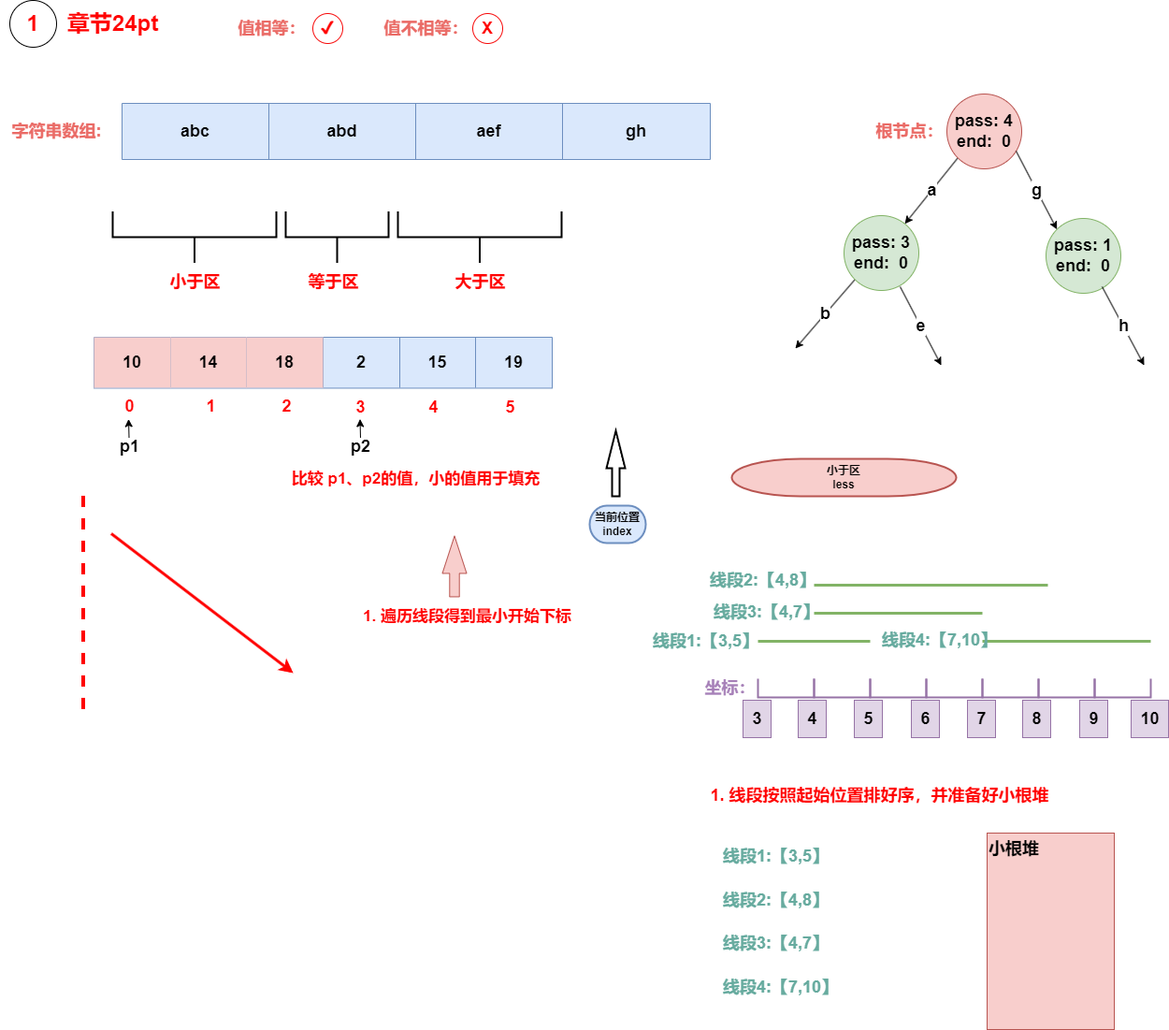
muxicode/c153080686 keeps this draw.io diagram as algrithem/style_composite.drawio.png. Above is the earlier version. Source tidied: cells renumbered, new cells last; positions are measured from the earlier drawing's top-left corner, leaving out a move shared by most shapes.
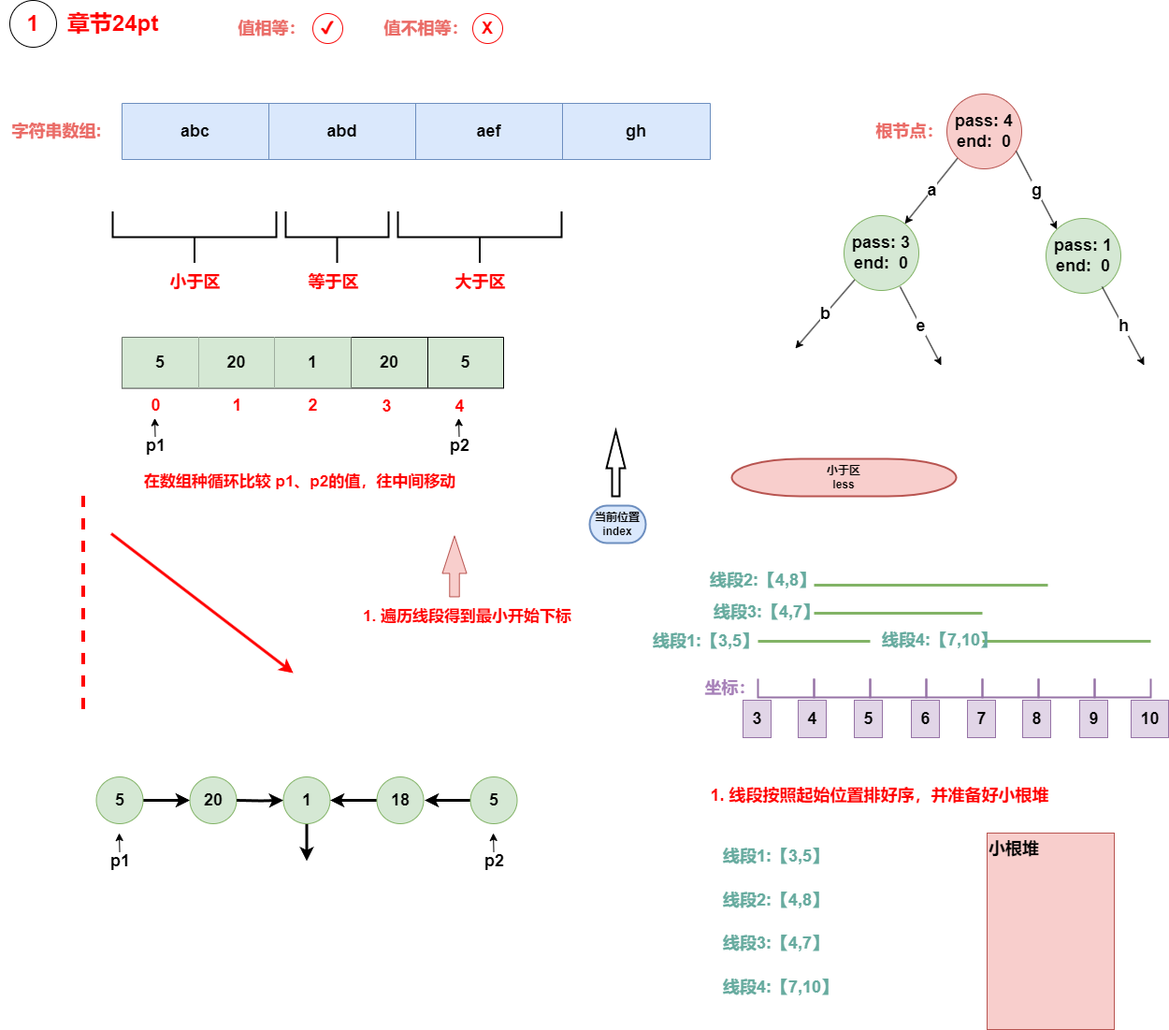
After the commit.

The edit, as a diff of the source:
```diff
@@ -87,69 +87,6 @@
     <mxCell id="26" value="小于区&lt;br&gt;less" style="strokeWidth=2;html=1;shape=mxgraph.flowchart.terminator;whiteSpace=wrap;fillColor=#f8cecc;strokeColor=#b85450;fontStyle=1;" parent="1" vertex="1">
       <mxGeometry x="782" y="490" width="240" height="40" as="geometry" />
     </mxCell>
-    <mxCell id="27" style="shape=table;startSize=0;fillColor=#dae8fc;strokeColor=#6c8ebf;fontStyle=1;fontSize=18;" parent="1" vertex="1">
-      <mxGeometry x="100" y="360" width="490" height="54.4" as="geometry" />
-    </mxCell>
-    <mxCell id="28" style="shape=tableRow;horizontal=0;startSize=0;swimlaneHead=0;swimlaneBody=0;strokeColor=inherit;top=0;left=0;bottom=0;right=0;fillColor=none;fontStyle=1;fontSize=18;" parent="27" vertex="1">
-      <mxGeometry width="490" height="54" as="geometry" />
-    </mxCell>
-    <mxCell id="29" value="10" style="shape=partialRectangle;html=1;whiteSpace=wrap;strokeColor=#b85450;overflow=hidden;fillColor=#f8cecc;top=0;left=0;bottom=0;right=0;fontStyle=1;fontSize=18;" parent="28" vertex="1">
-      <mxGeometry width="82" height="54" as="geometry" />
-    </mxCell>
-    <mxCell id="30" value="14" style="shape=partialRectangle;html=1;whiteSpace=wrap;strokeColor=#b85450;overflow=hidden;fillColor=#f8cecc;top=0;left=0;bottom=0;right=0;fontStyle=1;fontSize=18;" parent="28" vertex="1">
-      <mxGeometry x="82" width="81" height="54" as="geometry" />
-    </mxCell>
-    <mxCell id="31" value="18" style="shape=partialRectangle;html=1;whiteSpace=wrap;strokeColor=#b85450;overflow=hidden;fillColor=#f8cecc;top=0;left=0;bottom=0;right=0;fontStyle=1;fontSize=18;" parent="28" vertex="1">
-      <mxGeometry x="163" width="82" height="54" as="geometry" />
-    </mxCell>
-    <mxCell id="32" value="2" style="shape=partialRectangle;html=1;whiteSpace=wrap;strokeColor=inherit;overflow=hidden;fillColor=none;top=0;left=0;bottom=0;right=0;fontStyle=1;fontSize=18;" parent="28" vertex="1">
-      <mxGeometry x="245" width="82" height="54" as="geometry" />
-    </mxCell>
-    <mxCell id="33" value="15" style="shape=partialRectangle;html=1;whiteSpace=wrap;strokeColor=inherit;overflow=hidden;fillColor=none;top=0;left=0;bottom=0;right=0;fontStyle=1;fontSize=18;" parent="28" vertex="1">
-      <mxGeometry x="327" width="81" height="54" as="geometry" />
-    </mxCell>
-    <mxCell id="34" value="19" style="shape=partialRectangle;html=1;whiteSpace=wrap;strokeColor=inherit;overflow=hidden;fillColor=none;top=0;left=0;bottom=0;right=0;fontStyle=1;fontSize=18;" parent="28" vertex="1">
-      <mxGeometry x="408" width="82" height="54" as="geometry" />
-    </mxCell>
-    <mxCell id="35" value="&lt;font style=&quot;font-size: 18px;&quot;&gt;0&lt;/font&gt;" style="text;html=1;align=center;verticalAlign=middle;strokeColor=none;fillColor=none;fontColor=#FF0000;fontStyle=1;fontSize=18;" parent="1" vertex="1">
-      <mxGeometry x="122.5" y="414.4" width="30" height="40" as="geometry" />
-    </mxCell>
-    <mxCell id="36" value="&lt;font style=&quot;font-size: 18px;&quot;&gt;1&lt;/font&gt;" style="text;html=1;align=center;verticalAlign=middle;strokeColor=none;fillColor=none;fontColor=#FF0000;fontStyle=1;fontSize=18;" parent="1" vertex="1">
-      <mxGeometry x="210" y="414.4" width="30" height="40" as="geometry" />
-    </mxCell>
-    <mxCell id="37" value="&lt;font style=&quot;font-size: 18px;&quot;&gt;2&lt;/font&gt;" style="text;html=1;align=center;verticalAlign=middle;strokeColor=none;fillColor=none;fontColor=#FF0000;fontStyle=1;fontSize=18;" parent="1" vertex="1">
-      <mxGeometry x="291" y="414.4" width="30" height="40" as="geometry" />
-    </mxCell>
-    <mxCell id="38" value="&lt;font style=&quot;font-size: 18px;&quot;&gt;3&lt;/font&gt;" style="text;html=1;align=center;verticalAlign=middle;strokeColor=none;fillColor=none;fontColor=#FF0000;fontStyle=1;fontSize=18;" parent="1" vertex="1">
-      <mxGeometry x="369.5" y="415.4" width="30" height="40" as="geometry" />
-    </mxCell>
-    <mxCell id="39" value="&lt;font style=&quot;font-size: 18px;&quot;&gt;4&lt;/font&gt;" style="text;html=1;align=center;verticalAlign=middle;strokeColor=none;fillColor=none;fontColor=#FF0000;fontStyle=1;fontSize=18;" parent="1" vertex="1">
-      <mxGeometry x="447.5" y="415.4" width="30" height="40" as="geometry" />
-    </mxCell>
-    <mxCell id="40" value="&lt;font style=&quot;font-size: 18px;&quot;&gt;5&lt;/font&gt;" style="text;html=1;align=center;verticalAlign=middle;strokeColor=none;fillColor=none;fontColor=#FF0000;fontStyle=1;fontSize=18;" parent="1" vertex="1">
-      <mxGeometry x="530" y="415.4" width="30" height="40" as="geometry" />
-    </mxCell>
-    <mxCell id="41" value="&lt;font style=&quot;font-size: 18px;&quot;&gt;p1&lt;/font&gt;" style="text;html=1;align=center;verticalAlign=middle;strokeColor=none;fillColor=none;fontStyle=1;fontSize=18;" parent="1" vertex="1">
-      <mxGeometry x="117.5" y="457.4" width="40" height="40" as="geometry" />
-    </mxCell>
-    <mxCell id="42" style="endArrow=classic;html=1;rounded=0;fontStyle=1;fontSize=18;" parent="1" edge="1">
-      <mxGeometry relative="1" as="geometry">
-        <mxPoint x="137.5" y="467.4" as="sourcePoint" />
-        <mxPoint x="137" y="447.4" as="targetPoint" />
-      </mxGeometry>
-    </mxCell>
-    <mxCell id="43" value="&lt;font style=&quot;font-size: 18px;&quot;&gt;p2&lt;/font&gt;" style="text;html=1;align=center;verticalAlign=middle;strokeColor=none;fillColor=none;fontStyle=1;fontSize=18;" parent="1" vertex="1">
-      <mxGeometry x="365" y="457.4" width="40" height="40" as="geometry" />
-    </mxCell>
-    <mxCell id="44" style="endArrow=classic;html=1;rounded=0;fontStyle=1;fontSize=18;" parent="1" edge="1">
-      <mxGeometry relative="1" as="geometry">
-        <mxPoint x="385" y="467.4" as="sourcePoint" />
-        <mxPoint x="384.5" y="447.4" as="targetPoint" />
-      </mxGeometry>
-    </mxCell>
-    <mxCell id="45" value="&lt;font color=&quot;#ff0000&quot; style=&quot;font-size: 17px;&quot;&gt;比较 p1、p2的值，小的值用于填充&lt;/font&gt;" style="text;html=1;align=center;verticalAlign=middle;strokeColor=none;fillColor=none;fontStyle=1;fontSize=17;" parent="1" vertex="1">
-      <mxGeometry x="298.5" y="497.4" width="290" height="30" as="geometry" />
-    </mxCell>
     <mxCell id="46" style="strokeWidth=2;html=1;shape=mxgraph.flowchart.annotation_1;align=left;direction=north;fillColor=#e1d5e7;strokeColor=#9673a6;fontStyle=1;fontSize=18;" parent="1" vertex="1">
       <mxGeometry x="810" y="725" width="60" height="20" as="geometry" />
     </mxCell>
@@ -288,5 +225,116 @@
     <mxCell id="85" value="&lt;font color=&quot;#ea6b66&quot; style=&quot;font-size: 18px;&quot;&gt;&lt;b style=&quot;font-size: 18px;&quot;&gt;值不相等：&lt;/b&gt;&lt;/font&gt;" style="text;html=1;align=center;verticalAlign=middle;strokeColor=none;fillColor=none;fontSize=18;" parent="1" vertex="1">
       <mxGeometry x="400" y="10" width="110" height="40" as="geometry" />
     </mxCell>
+    <mxCell id="86" style="shape=table;startSize=0;fillColor=#d5e8d4;strokeColor=#000000;fontStyle=1;fontSize=18;" parent="1" vertex="1">
+      <mxGeometry x="130" y="360" width="408" height="54.4" as="geometry" />
+    </mxCell>
+    <mxCell id="87" style="shape=tableRow;horizontal=0;startSize=0;swimlaneHead=0;swimlaneBody=0;strokeColor=inherit;top=0;left=0;bottom=0;right=0;fillColor=none;fontStyle=1;fontSize=18;" parent="86" vertex="1">
+      <mxGeometry width="408" height="54" as="geometry" />
+    </mxCell>
+    <mxCell id="88" value="5" style="shape=partialRectangle;html=1;whiteSpace=wrap;strokeColor=#82b366;overflow=hidden;fillColor=#d5e8d4;top=0;left=0;bottom=0;right=0;fontStyle=1;fontSize=18;" parent="87" vertex="1">
+      <mxGeometry width="82" height="54" as="geometry" />
+    </mxCell>
+    <mxCell id="89" value="20" style="shape=partialRectangle;html=1;whiteSpace=wrap;strokeColor=#82b366;overflow=hidden;fillColor=#d5e8d4;top=0;left=0;bottom=0;right=0;fontStyle=1;fontSize=18;" parent="87" vertex="1">
+      <mxGeometry x="82" width="81" height="54" as="geometry" />
+    </mxCell>
+    <mxCell id="90" value="1" style="shape=partialRectangle;html=1;whiteSpace=wrap;strokeColor=#82b366;overflow=hidden;fillColor=#d5e8d4;top=0;left=0;bottom=0;right=0;fontStyle=1;fontSize=18;" parent="87" vertex="1">
+      <mxGeometry x="163" width="82" height="54" as="geometry" />
+    </mxCell>
+    <mxCell id="91" value="20" style="shape=partialRectangle;html=1;whiteSpace=wrap;strokeColor=inherit;overflow=hidden;fillColor=none;top=0;left=0;bottom=0;right=0;fontStyle=1;fontSize=18;" parent="87" vertex="1">
+      <mxGeometry x="245" width="82" height="54" as="geometry" />
+    </mxCell>
+    <mxCell id="92" value="5" style="shape=partialRectangle;html=1;whiteSpace=wrap;strokeColor=inherit;overflow=hidden;fillColor=none;top=0;left=0;bottom=0;right=0;fontStyle=1;fontSize=18;" parent="87" vertex="1">
+      <mxGeometry x="327" width="81" height="54" as="geometry" />
+    </mxCell>
+    <mxCell id="35" value="&lt;font style=&quot;font-size: 18px;&quot;&gt;0&lt;/font&gt;" style="text;html=1;align=center;verticalAlign=middle;strokeColor=none;fillColor=none;fontColor=#FF0000;fontStyle=1;fontSize=18;" parent="1" vertex="1">
+      <mxGeometry x="150.5" y="413.4" width="30" height="40" as="geometry" />
+    </mxCell>
+    <mxCell id="36" value="&lt;font style=&quot;font-size: 18px;&quot;&gt;1&lt;/font&gt;" style="text;html=1;align=center;verticalAlign=middle;strokeColor=none;fillColor=none;fontColor=#FF0000;fontStyle=1;fontSize=18;" parent="1" vertex="1">
+      <mxGeometry x="238" y="413.4" width="30" height="40" as="geometry" />
+    </mxCell>
+    <mxCell id="37" value="&lt;font style=&quot;font-size: 18px;&quot;&gt;2&lt;/font&gt;" style="text;html=1;align=center;verticalAlign=middle;strokeColor=none;fillColor=none;fontColor=#FF0000;fontStyle=1;fontSize=18;" parent="1" vertex="1">
+      <mxGeometry x="319" y="413.4" width="30" height="40" as="geometry" />
+    </mxCell>
+    <mxCell id="38" value="&lt;font style=&quot;font-size: 18px;&quot;&gt;3&lt;/font&gt;" style="text;html=1;align=center;verticalAlign=middle;strokeColor=none;fillColor=none;fontColor=#FF0000;fontStyle=1;fontSize=18;" parent="1" vertex="1">
+      <mxGeometry x="397.5" y="414.4" width="30" height="40" as="geometry" />
+    </mxCell>
+    <mxCell id="39" value="&lt;font style=&quot;font-size: 18px;&quot;&gt;4&lt;/font&gt;" style="text;html=1;align=center;verticalAlign=middle;strokeColor=none;fillColor=none;fontColor=#FF0000;fontStyle=1;fontSize=18;" parent="1" vertex="1">
+      <mxGeometry x="475.5" y="414.4" width="30" height="40" as="geometry" />
+    </mxCell>
+    <mxCell id="93" value="&lt;font style=&quot;font-size: 18px;&quot;&gt;p1&lt;/font&gt;" style="text;html=1;align=center;verticalAlign=middle;strokeColor=none;fillColor=none;fontStyle=1;fontSize=18;" parent="1" vertex="1">
+      <mxGeometry x="145.5" y="456.4" width="40" height="40" as="geometry" />
+    </mxCell>
+    <mxCell id="94" style="endArrow=classic;html=1;rounded=0;fontStyle=1;fontSize=18;" parent="1" edge="1">
+      <mxGeometry relative="1" as="geometry">
+        <mxPoint x="165.5" y="466.4" as="sourcePoint" />
+        <mxPoint x="165" y="446.4" as="targetPoint" />
+      </mxGeometry>
+    </mxCell>
+    <mxCell id="95" value="&lt;font style=&quot;font-size: 18px;&quot;&gt;p2&lt;/font&gt;" style="text;html=1;align=center;verticalAlign=middle;strokeColor=none;fillColor=none;fontStyle=1;fontSize=18;" parent="1" vertex="1">
+      <mxGeometry x="470.5" y="456.4" width="40" height="40" as="geometry" />
+    </mxCell>
+    <mxCell id="96" style="endArrow=classic;html=1;rounded=0;fontStyle=1;fontSize=18;" parent="1" edge="1">
+      <mxGeometry relative="1" as="geometry">
+        <mxPoint x="490.5" y="466.4" as="sourcePoint" />
+        <mxPoint x="490" y="446.4" as="targetPoint" />
+      </mxGeometry>
+    </mxCell>
+    <mxCell id="97" value="&lt;font color=&quot;#ff0000&quot; style=&quot;font-size: 17px;&quot;&gt;在数组种循环比较 p1、p2的值，往中间移动&lt;/font&gt;" style="text;html=1;align=center;verticalAlign=middle;strokeColor=none;fillColor=none;fontStyle=1;fontSize=17;" parent="1" vertex="1">
+      <mxGeometry x="140" y="500" width="360" height="30" as="geometry" />
+    </mxCell>
+    <mxCell id="98" style="edgeStyle=orthogonalEdgeStyle;rounded=0;jettySize=auto;html=1;exitX=1;exitY=0.5;exitDx=0;exitDy=0;entryX=0;entryY=0.5;entryDx=0;entryDy=0;strokeWidth=3;" parent="1" edge="1" source="99" target="100">
+      <mxGeometry relative="1" as="geometry" />
+    </mxCell>
+    <mxCell id="99" value="&lt;font size=&quot;1&quot; style=&quot;&quot;&gt;&lt;b style=&quot;font-size: 18px;&quot;&gt;5&lt;/b&gt;&lt;/font&gt;" style="ellipse;whiteSpace=wrap;html=1;fillColor=#d5e8d4;strokeColor=#82b366;fontSize=16;" parent="1" vertex="1">
+      <mxGeometry x="102.5" y="830" width="50" height="50" as="geometry" />
+    </mxCell>
+    <mxCell id="100" value="&lt;font size=&quot;1&quot; style=&quot;&quot;&gt;&lt;b style=&quot;font-size: 18px;&quot;&gt;20&lt;/b&gt;&lt;/font&gt;" style="ellipse;whiteSpace=wrap;html=1;fillColor=#d5e8d4;strokeColor=#82b366;fontSize=16;" parent="1" vertex="1">
+      <mxGeometry x="202.5" y="830" width="50" height="50" as="geometry" />
+    </mxCell>
+    <mxCell id="101" style="edgeStyle=orthogonalEdgeStyle;rounded=0;jettySize=auto;html=1;exitX=1;exitY=0.5;exitDx=0;exitDy=0;entryX=0;entryY=0.5;entryDx=0;entryDy=0;strokeWidth=3;" parent="1" edge="1" target="103">
+      <mxGeometry relative="1" as="geometry">
+        <mxPoint x="252.5" y="855" as="sourcePoint" />
+      </mxGeometry>
+    </mxCell>
+    <mxCell id="102" style="edgeStyle=orthogonalEdgeStyle;rounded=0;jettySize=auto;html=1;exitX=0.5;exitY=1;exitDx=0;exitDy=0;strokeWidth=3;" parent="1" edge="1" source="103">
+      <mxGeometry relative="1" as="geometry">
+        <mxPoint x="327.5" y="920" as="targetPoint" />
+      </mxGeometry>
+    </mxCell>
+    <mxCell id="103" value="&lt;font size=&quot;1&quot; style=&quot;&quot;&gt;&lt;b style=&quot;font-size: 18px;&quot;&gt;1&lt;/b&gt;&lt;/font&gt;" style="ellipse;whiteSpace=wrap;html=1;fillColor=#d5e8d4;strokeColor=#82b366;fontSize=16;" parent="1" vertex="1">
+      <mxGeometry x="302.5" y="830" width="50" height="50" as="geometry" />
+    </mxCell>
+    <mxCell id="104" style="edgeStyle=orthogonalEdgeStyle;rounded=0;jettySize=auto;html=1;exitX=0;exitY=0.5;exitDx=0;exitDy=0;strokeWidth=3;" parent="1" edge="1" source="31" target="103">
+      <mxGeometry relative="1" as="geometry" />
+    </mxCell>
+    <mxCell id="31" value="&lt;font size=&quot;1&quot; style=&quot;&quot;&gt;&lt;b style=&quot;font-size: 18px;&quot;&gt;18&lt;/b&gt;&lt;/font&gt;" style="ellipse;whiteSpace=wrap;html=1;fillColor=#d5e8d4;strokeColor=#82b366;fontSize=16;" parent="1" vertex="1">
+      <mxGeometry x="402.5" y="830" width="50" height="50" as="geometry" />
+    </mxCell>
+    <mxCell id="105" style="edgeStyle=orthogonalEdgeStyle;rounded=0;jettySize=auto;html=1;exitX=0;exitY=0.5;exitDx=0;exitDy=0;strokeWidth=3;" parent="1" edge="1" source="106">
+      <mxGeometry relative="1" as="geometry">
+        <mxPoint x="453.5" y="855" as="targetPoint" />
+      </mxGeometry>
+    </mxCell>
+    <mxCell id="106" value="&lt;font size=&quot;1&quot; style=&quot;&quot;&gt;&lt;b style=&quot;font-size: 18px;&quot;&gt;5&lt;/b&gt;&lt;/font&gt;" style="ellipse;whiteSpace=wrap;html=1;fillColor=#d5e8d4;strokeColor=#82b366;fontSize=16;" parent="1" vertex="1">
+      <mxGeometry x="502.5" y="830" width="50" height="50" as="geometry" />
+    </mxCell>
+    <mxCell id="107" value="&lt;font style=&quot;font-size: 18px;&quot;&gt;p1&lt;/font&gt;" style="text;html=1;align=center;verticalAlign=middle;strokeColor=none;fillColor=none;fontStyle=1;fontSize=18;" parent="1" vertex="1">
+      <mxGeometry x="107.5" y="900" width="40" height="40" as="geometry" />
+    </mxCell>
+    <mxCell id="108" style="endArrow=classic;html=1;rounded=0;fontStyle=1;fontSize=18;" parent="1" edge="1">
+      <mxGeometry relative="1" as="geometry">
+        <mxPoint x="127.5" y="910" as="sourcePoint" />
+        <mxPoint x="127" y="890" as="targetPoint" />
+      </mxGeometry>
+    </mxCell>
+    <mxCell id="109" value="&lt;font style=&quot;font-size: 18px;&quot;&gt;p2&lt;/font&gt;" style="text;html=1;align=center;verticalAlign=middle;strokeColor=none;fillColor=none;fontStyle=1;fontSize=18;" parent="1" vertex="1">
+      <mxGeometry x="507.5" y="900" width="40" height="40" as="geometry" />
+    </mxCell>
+    <mxCell id="110" style="endArrow=classic;html=1;rounded=0;fontStyle=1;fontSize=18;" parent="1" edge="1">
+      <mxGeometry relative="1" as="geometry">
+        <mxPoint x="527.5" y="910" as="sourcePoint" />
+        <mxPoint x="527" y="890" as="targetPoint" />
+      </mxGeometry>
+    </mxCell>
   </root>
 </mxGraphModel>
```
